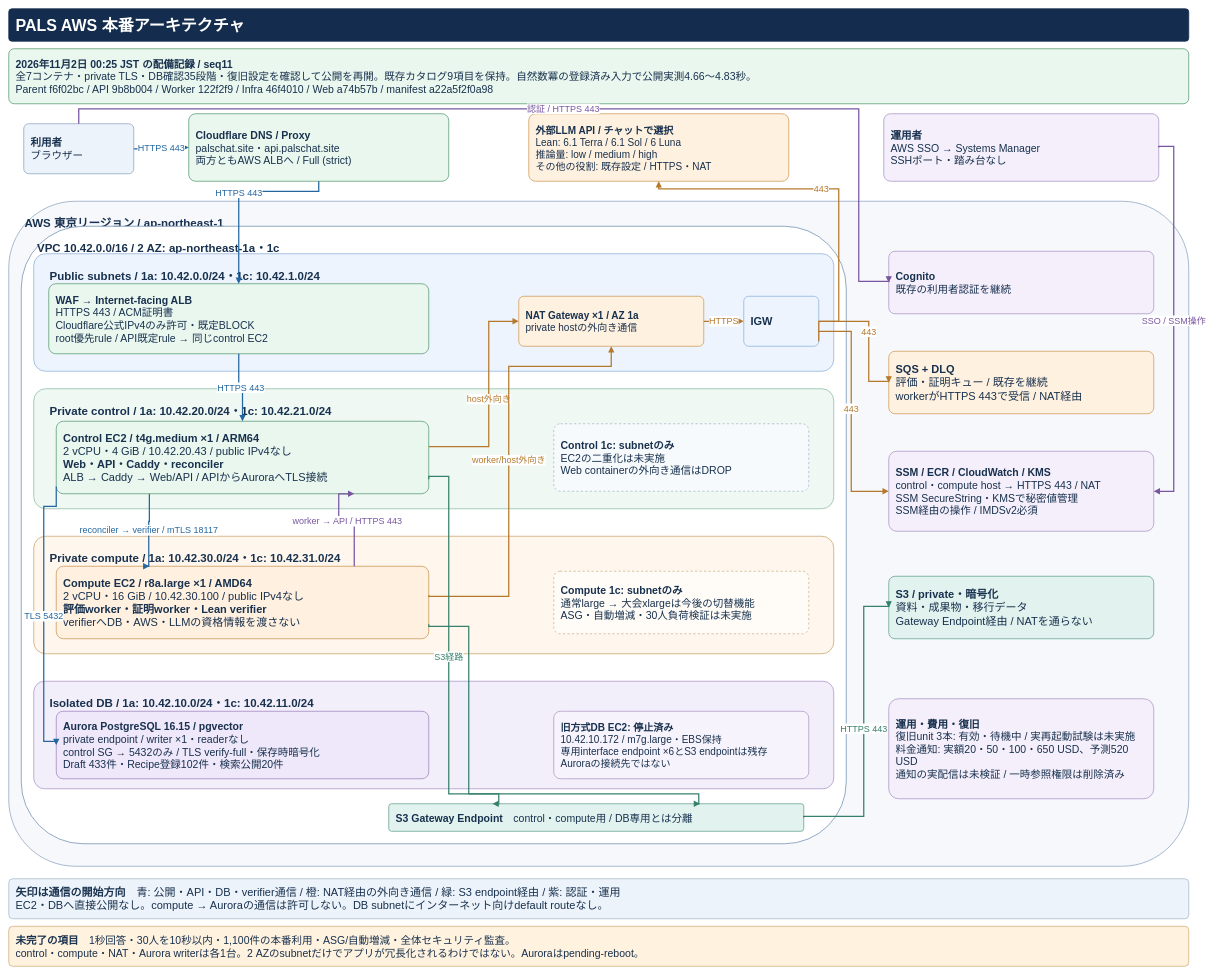
AtsushiHosaka/pals keeps this draw.io diagram as docs/diagrams/pals-aws-private-target.drawio. Above is the earlier version. Source tidied: cells renumbered, new cells numbered last; positions are measured from the earlier drawing's top-left corner, leaving out a move shared by most shapes. Both pictures are drawn from the tidied source at 50%, with x=0, y=0 at pixel (8, 8).
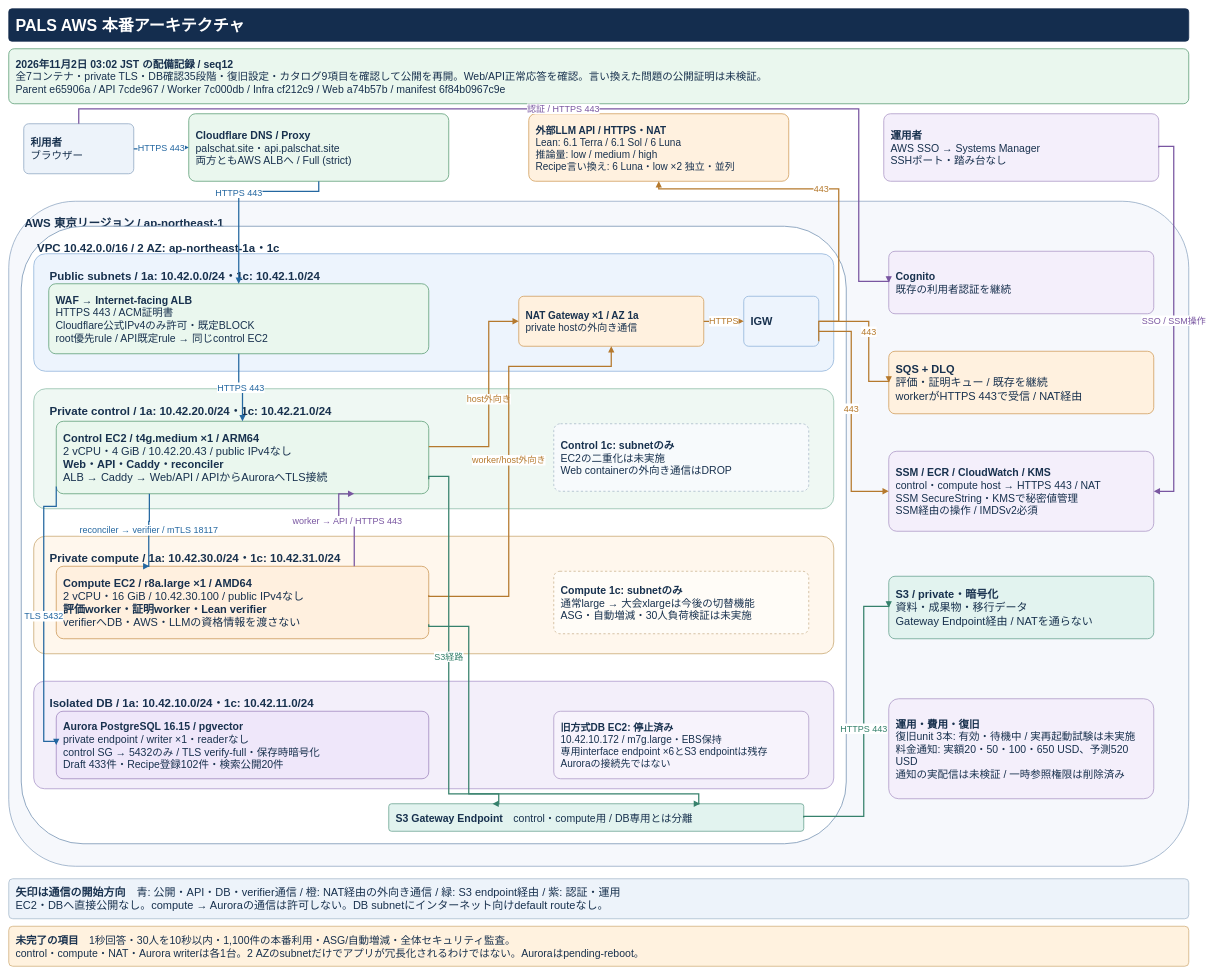
Above is the later version.

Commit message (it also covers changes not shown here):
Document deployed semantic Recipe reuse and AWS sequence 12 (#128)

Change to the diagram source:
```diff
@@
-    <mxCell id="3" value="&lt;b&gt;2026年11月2日 00:25 JST の配備記録 / seq11&lt;/b&gt;&lt;br&gt;全7コンテナ・private TLS・DB確認35段階・復旧設定を確認して公開を再開。既存カタログ9項目を保持。自然数冪の登録済み入力で公開実測4.66〜4.83秒。&lt;br&gt;Parent f6f02bc / API 9b8b004 / Worker 122f2f9 / Infra 46f4010 / Web a74b57b / manifest a22a5f2f0a98" style="rounded=1;arcSize=10;whiteSpace=wrap;html=1;fillColor=#eaf7ee;strokeColor=#579a72;strokeWidth=1.5;fontSize=21;fontFamily=Hiragino Sans,Noto Sans JP,Arial;fontColor=#18314e;align=left;verticalAlign=middle;spacing=14;" parent="1" vertex="1">
+    <mxCell id="3" value="&lt;b&gt;2026年11月2日 03:02 JST の配備記録 / seq12&lt;/b&gt;&lt;br&gt;全7コンテナ・private TLS・DB確認35段階・復旧設定・カタログ9項目を確認して公開を再開。Web/API正常応答を確認。言い換えた問題の公開証明は未検証。&lt;br&gt;Parent e65906a / API 7cde967 / Worker 7c000db / Infra cf212c9 / Web a74b57b / manifest 6f84b0967c9e" style="rounded=1;arcSize=10;whiteSpace=wrap;html=1;fillColor=#eaf7ee;strokeColor=#579a72;strokeWidth=1.5;fontSize=21;fontFamily=Hiragino Sans,Noto Sans JP,Arial;fontColor=#18314e;align=left;verticalAlign=middle;spacing=14;" parent="1" vertex="1">
       <mxGeometry y="80" width="2360" height="110" as="geometry" />
     </mxCell>
@@
-    <mxCell id="24" value="&lt;b&gt;外部LLM API / チャットで選択&lt;/b&gt;&lt;br&gt;Lean: 6.1 Terra / 6.1 Sol / 6 Luna&lt;br&gt;推論量: low / medium / high&lt;br&gt;その他の役割: 既存設定 / HTTPS・NAT" style="rounded=1;arcSize=10;whiteSpace=wrap;html=1;fillColor=#fff1df;strokeColor=#cf9a56;strokeWidth=1.5;fontSize=20;fontFamily=Hiragino Sans,Noto Sans JP,Arial;fontColor=#18314e;align=left;verticalAlign=middle;spacing=14;" parent="1" vertex="1">
+    <mxCell id="24" value="&lt;b&gt;外部LLM API / HTTPS・NAT&lt;/b&gt;&lt;br&gt;Lean: 6.1 Terra / 6.1 Sol / 6 Luna&lt;br&gt;推論量: low / medium / high&lt;br&gt;Recipe言い換え: 6 Luna・low ×2 独立・並列" style="rounded=1;arcSize=10;whiteSpace=wrap;html=1;fillColor=#fff1df;strokeColor=#cf9a56;strokeWidth=1.5;fontSize=20;fontFamily=Hiragino Sans,Noto Sans JP,Arial;fontColor=#18314e;align=left;verticalAlign=middle;spacing=14;" parent="1" vertex="1">
       <mxGeometry x="1040" y="210" width="520" height="135" as="geometry" />
     </mxCell>
```
